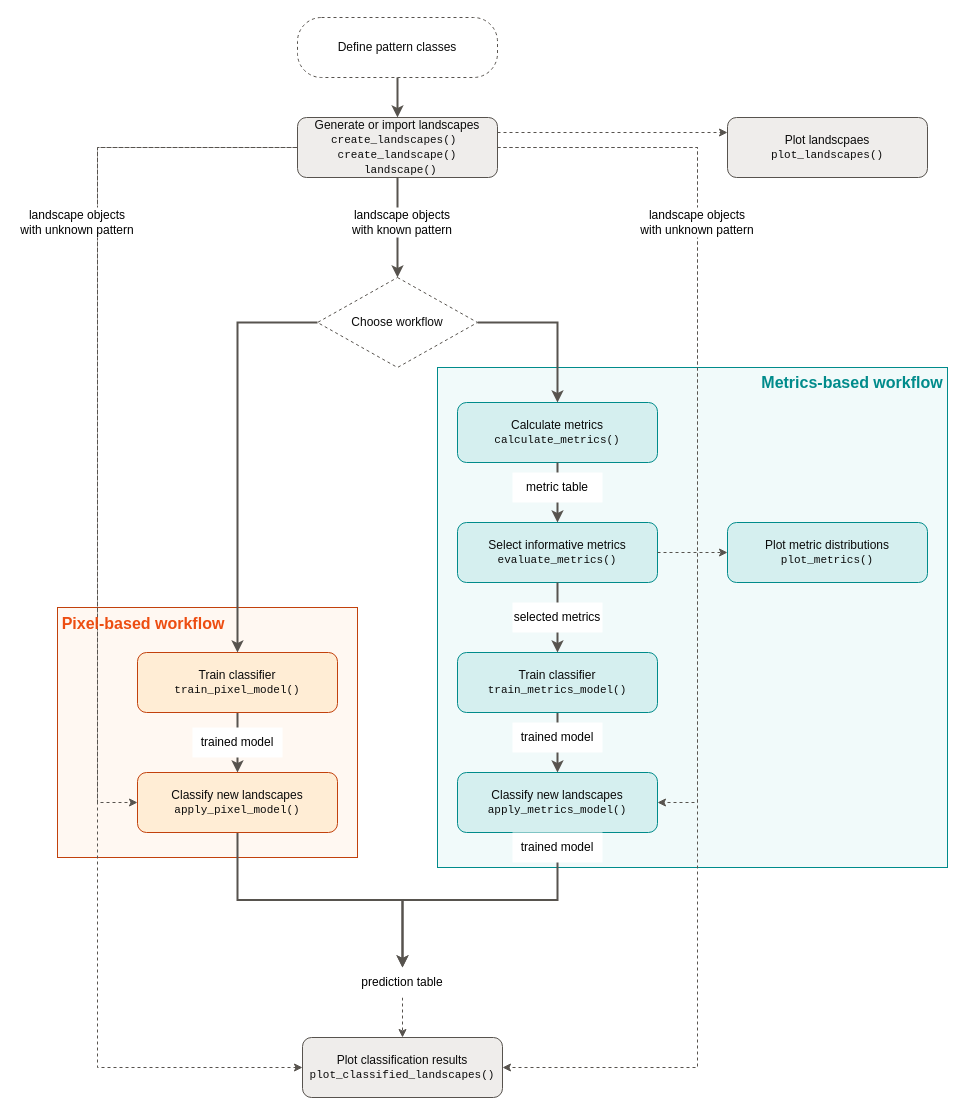
This is vignettes/img/workflow.drawio from ecomods/patternscaper, a draw.io file, before an edit. Source tidied: cells renumbered, new cells numbered last; positions are measured from the earlier drawing's top-left corner, leaving out a move shared by most shapes. Both pictures are drawn from the tidied source at 100%, with x=0, y=0 at pixel (17, 17).
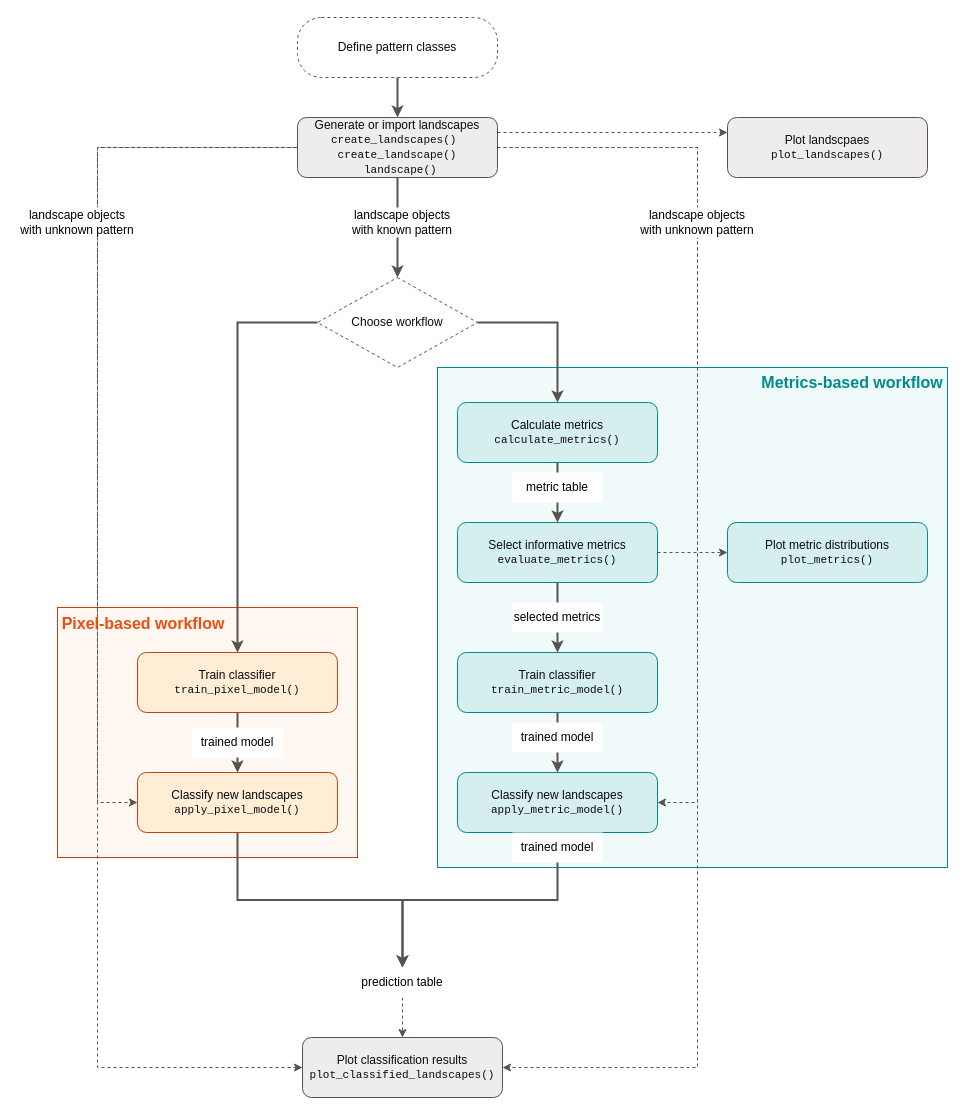
After the change.

What changed in the source:
```diff
@@
-    <mxCell id="15" value="Train classifier&lt;br&gt;&lt;span style=&quot;font-family: monospace; font-size: 11px;&quot;&gt;train_metrics_model()&lt;/span&gt;" style="rounded=1;whiteSpace=wrap;html=1;fillColor=#d5efef;strokeColor=#008B8B;fontColor=#0b0b0b;" parent="1" vertex="1">
+    <mxCell id="15" value="Train classifier&lt;br&gt;&lt;span style=&quot;font-family: monospace; font-size: 11px;&quot;&gt;train_metric_model()&lt;/span&gt;" style="rounded=1;whiteSpace=wrap;html=1;fillColor=#d5efef;strokeColor=#008B8B;fontColor=#0b0b0b;" parent="1" vertex="1">
       <mxGeometry x="440" y="635" width="200" height="60" as="geometry" />
     </mxCell>
@@
-    <mxCell id="17" value="Classify new landscapes&lt;br&gt;&lt;span style=&quot;font-family: monospace; font-size: 11px;&quot;&gt;apply_metrics_model()&lt;/span&gt;" style="rounded=1;whiteSpace=wrap;html=1;fillColor=#d5efef;strokeColor=#008B8B;fontColor=#0b0b0b;" parent="1" vertex="1">
+    <mxCell id="17" value="Classify new landscapes&lt;br&gt;&lt;span style=&quot;font-family: monospace; font-size: 11px;&quot;&gt;apply_metric_model()&lt;/span&gt;" style="rounded=1;whiteSpace=wrap;html=1;fillColor=#d5efef;strokeColor=#008B8B;fontColor=#0b0b0b;" parent="1" vertex="1">
       <mxGeometry x="440" y="755" width="200" height="60" as="geometry" />
     </mxCell>
```
